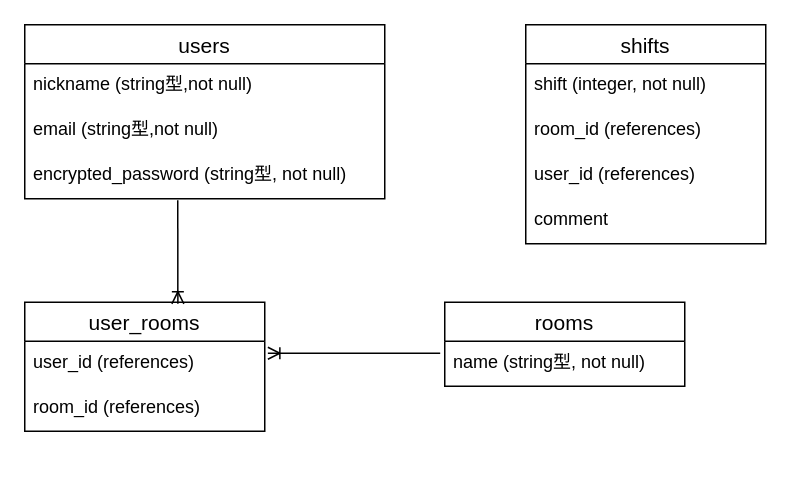
Before: shift_system.dio in DanInamori/shift_system, a draw.io diagram. Source tidied: cells renumbered, new cells numbered last; positions are measured from the earlier drawing's top-left corner, leaving out a move shared by most shapes. Both pictures are drawn from the tidied source at 150%, with x=0, y=0 at pixel (24, 24).
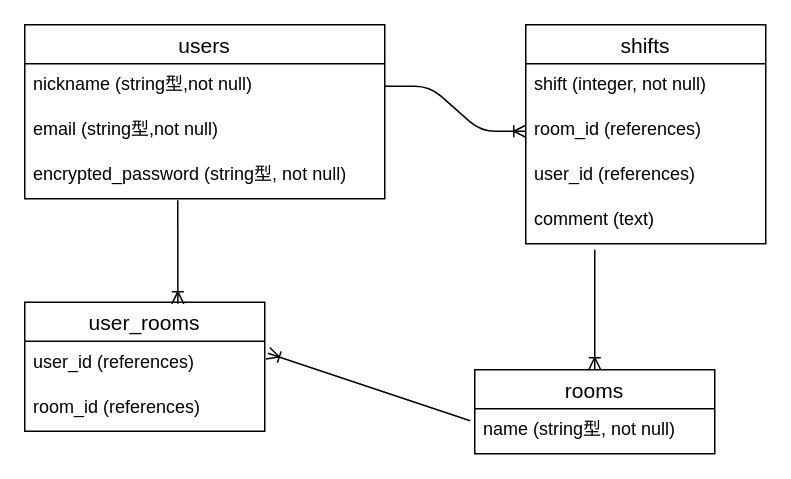
The same page after the edit.

The change refers to these unchanged cells:
```xml
<mxCell id="3" value="nickname (string型,not null)" style="text;strokeColor=none;fillColor=none;spacingLeft=4;spacingRight=4;overflow=hidden;points=[[0,0.5],[1,0.5]];portConstraint=eastwest;fontSize=12;" parent="2" vertex="1">
  <mxGeometry y="26" width="240" height="30" as="geometry" />
</mxCell>
<mxCell id="13" value="shifts" style="swimlane;fontStyle=0;horizontal=1;startSize=26;align=center;fontSize=14;" parent="1" vertex="1">
  <mxGeometry x="334" width="160" height="146" as="geometry" />
</mxCell>
<mxCell id="15" value="room_id (references)" style="text;strokeColor=none;fillColor=none;spacingLeft=4;spacingRight=4;overflow=hidden;points=[[0,0.5],[1,0.5]];portConstraint=eastwest;fontSize=12;" parent="13" vertex="1">
  <mxGeometry y="56" width="160" height="30" as="geometry" />
</mxCell>
```

Diff of the diagram source:
```diff
@@
     <mxCell id="6" value="rooms" style="swimlane;fontStyle=0;horizontal=1;startSize=26;align=center;fontSize=14;" parent="1" vertex="1">
-      <mxGeometry x="280" y="185" width="160" height="56" as="geometry" />
+      <mxGeometry x="300" y="230" width="160" height="56" as="geometry" />
     </mxCell>
@@
-    <mxCell id="17" value="comment" style="text;strokeColor=none;fillColor=none;spacingLeft=4;spacingRight=4;overflow=hidden;fontSize=12;" parent="13" vertex="1">
+    <mxCell id="17" value="comment (text)" style="text;strokeColor=none;fillColor=none;spacingLeft=4;spacingRight=4;overflow=hidden;fontSize=12;" parent="13" vertex="1">
       <mxGeometry y="116" width="160" height="30" as="geometry" />
     </mxCell>
+    <mxCell id="18" style="edgeStyle=entityRelationEdgeStyle;fontSize=12;html=1;endArrow=ERoneToMany;exitX=1;exitY=0.5;exitDx=0;exitDy=0;entryX=0;entryY=0.5;entryDx=0;entryDy=0;" parent="1" edge="1" source="3" target="15">
+      <mxGeometry relative="1" as="geometry" />
+    </mxCell>
+    <mxCell id="19" style="fontSize=12;html=1;endArrow=ERoneToMany;entryX=0.5;entryY=0;entryDx=0;entryDy=0;" parent="1" edge="1" target="6">
+      <mxGeometry relative="1" as="geometry">
+        <mxPoint x="380" y="150" as="sourcePoint" />
+      </mxGeometry>
+    </mxCell>
```
